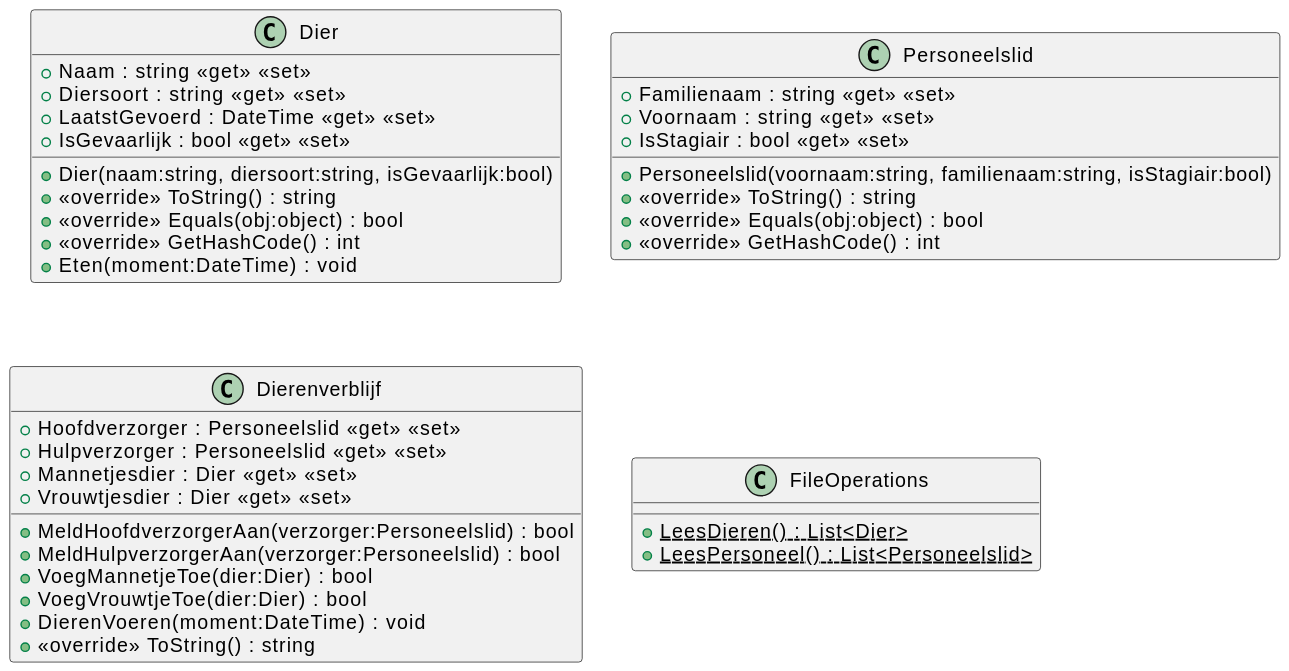
Earlier version of the PlantUML export 09/09_03/svg/Overview.svg (it-graduaten/template-csharp-ooprogramming-permanente-evaluatie).
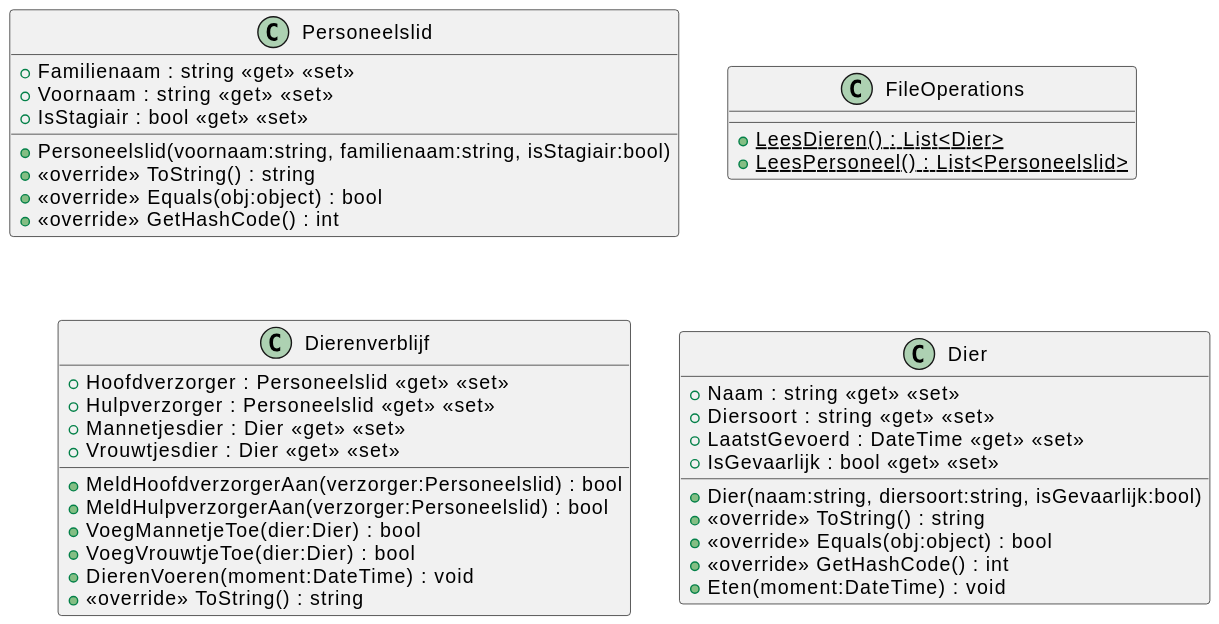
The same file after the commit.

The edit, as a diff of the source:
```diff
@@ -1,6 +1,6 @@
 @startuml
+!include Personeelslid.puml
+!include FileOperations.puml
+!include Dierenverblijf.puml
 !include Dier.puml
-!include Personeelslid.puml
-!include Dierenverblijf.puml
-!include FileOperations.puml
 @enduml
```
